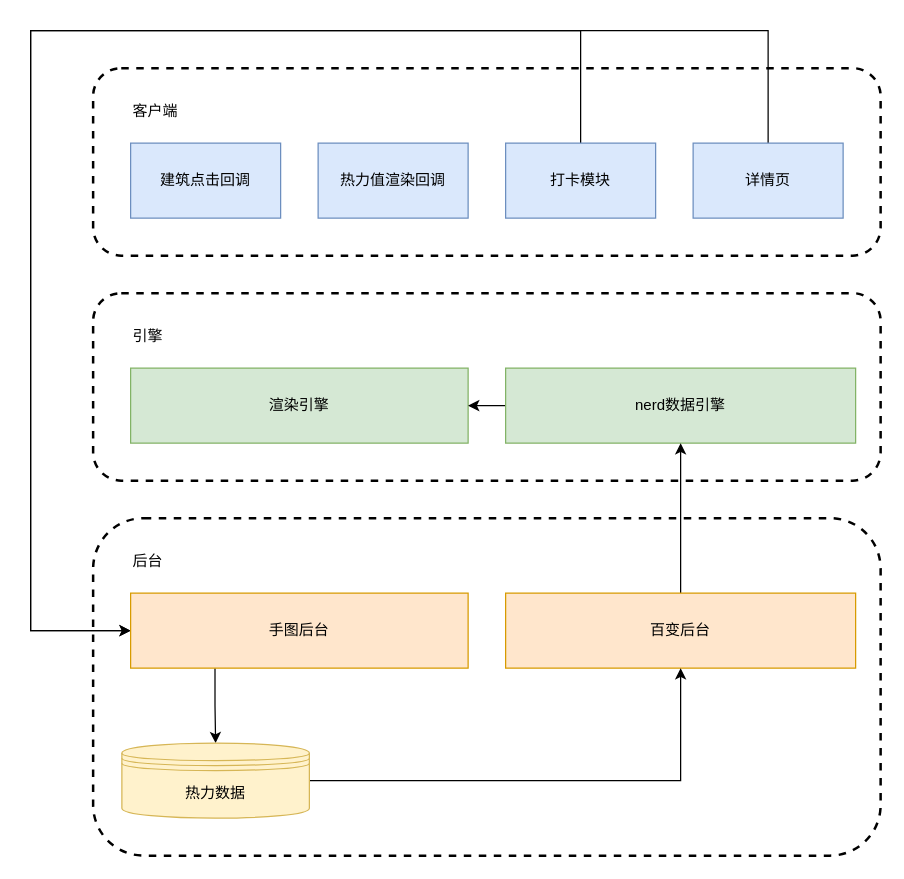
Earlier version of the draw.io diagram page "第 1 页" (1 of 3) of 10.0.drawio (wangziji/graphics). Source tidied: cells renumbered, new cells numbered last; positions are measured from the earlier drawing's top-left corner, leaving out a move shared by most shapes. Both pictures are drawn from the tidied source at 125%, with x=0, y=0 at pixel (30, 30).
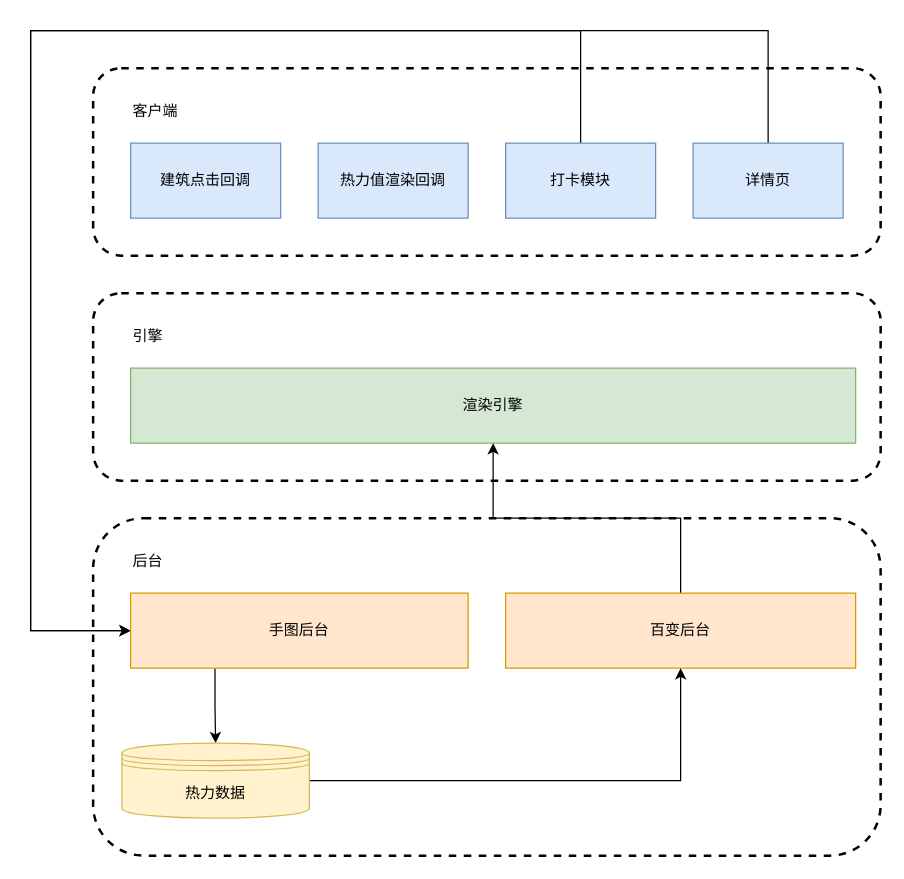
Above is the later version.

The edit, as a diff of the source:
```diff
@@
-    <mxCell id="11" value="渲染引擎" style="rounded=0;whiteSpace=wrap;html=1;fillColor=#d5e8d4;strokeColor=#82b366;" parent="1" vertex="1">
-      <mxGeometry x="80" y="270" width="270" height="60" as="geometry" />
-    </mxCell>
-    <mxCell id="12" style="edgeStyle=orthogonalEdgeStyle;rounded=0;jettySize=auto;html=1;exitX=0;exitY=0.5;exitDx=0;exitDy=0;entryX=1;entryY=0.5;entryDx=0;entryDy=0;" parent="1" edge="1" source="13" target="11">
-      <mxGeometry relative="1" as="geometry" />
-    </mxCell>
-    <mxCell id="13" value="nerd数据引擎" style="rounded=0;whiteSpace=wrap;html=1;fillColor=#d5e8d4;strokeColor=#82b366;" parent="1" vertex="1">
-      <mxGeometry x="380" y="270" width="280" height="60" as="geometry" />
+    <mxCell id="13" value="渲染引擎" style="rounded=0;whiteSpace=wrap;html=1;fillColor=#d5e8d4;strokeColor=#82b366;" parent="1" vertex="1">
+      <mxGeometry x="80" y="270" width="580" height="60" as="geometry" />
     </mxCell>
```
